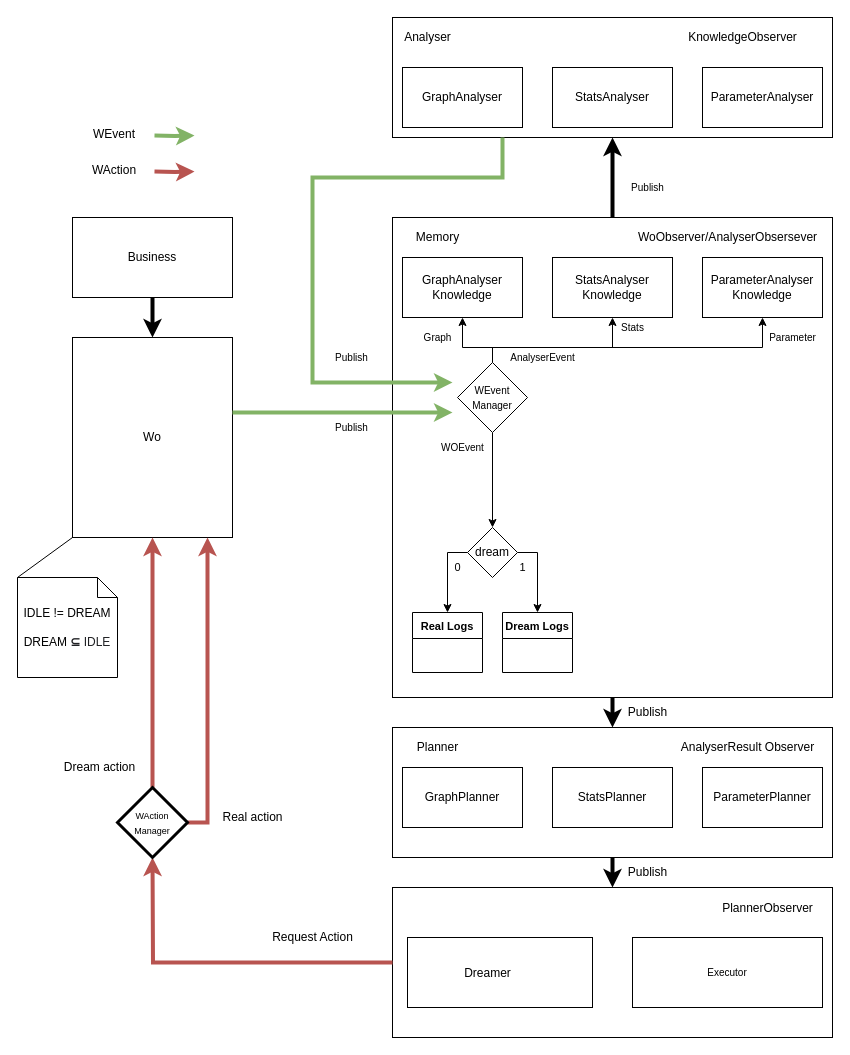
This is fig/drawio/meta_model.drawio from Sylv-Lej/thesis-separation-concerns, a draw.io file, before an edit. Source tidied: cells renumbered, new cells numbered last; positions are measured from the earlier drawing's top-left corner, leaving out a move shared by most shapes. Both pictures are drawn from the tidied source at 100%, with x=0, y=0 at pixel (17, 17).
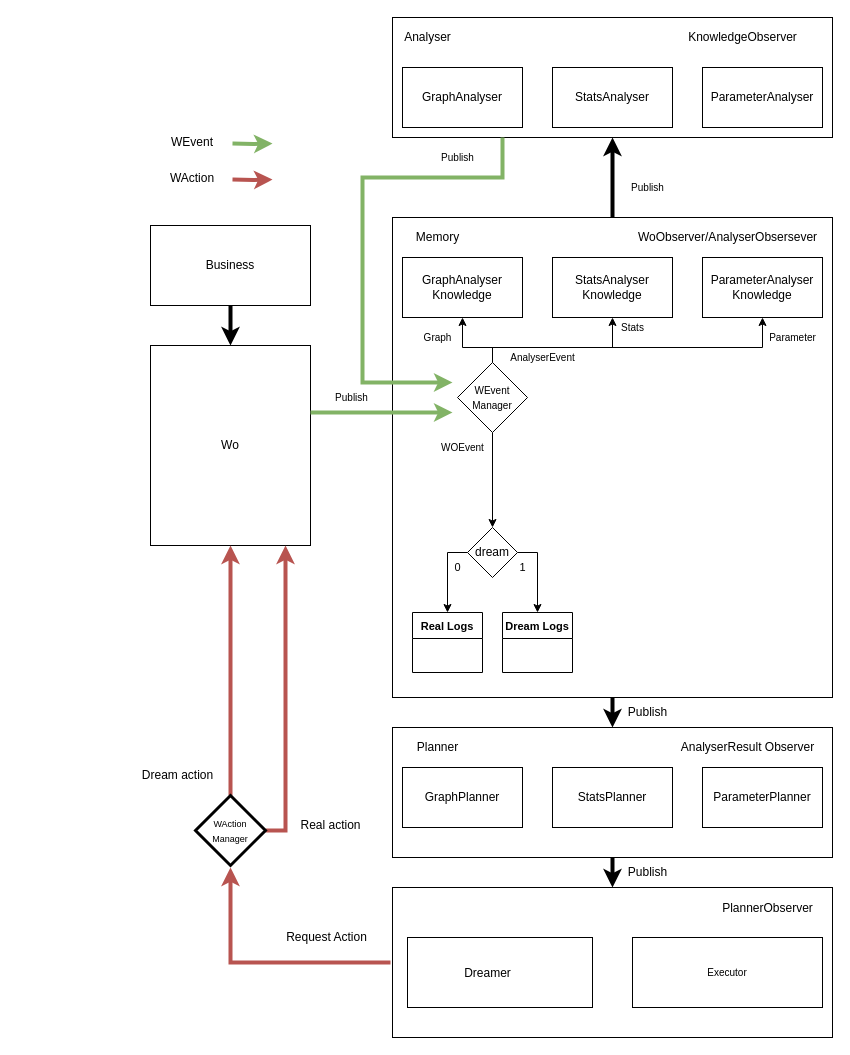
The same page after the edit.

Commit message:
fix meta model

Unchanged cells that the change refers to:
```xml
<mxCell id="2" style="rounded=0;whiteSpace=wrap;html=1;fontSize=10;" parent="1" vertex="1">
  <mxGeometry x="375" y="870" width="440" height="150" as="geometry" />
</mxCell>
<mxCell id="11" style="rounded=0;whiteSpace=wrap;html=1;" parent="1" vertex="1">
  <mxGeometry x="375" width="440" height="120" as="geometry" />
</mxCell>
```

The edit, as a diff of the source:
```diff
@@
     <mxCell id="3" value="Wo" style="rounded=0;whiteSpace=wrap;html=1;" parent="1" vertex="1">
-      <mxGeometry x="55" y="320" width="160" height="200" as="geometry" />
+      <mxGeometry x="133" y="328" width="160" height="200" as="geometry" />
     </mxCell>
-    <mxCell id="4" value="&lt;font style=&quot;font-size: 12px&quot;&gt;IDLE != DREAM&lt;br&gt;&lt;br&gt;DREAM&amp;nbsp;&lt;span style=&quot;color: rgb(32 , 33 , 36) ; font-family: &amp;#34;arial&amp;#34; , sans-serif ; text-align: left ; background-color: rgb(255 , 255 , 255)&quot;&gt;&lt;b&gt;⊆&lt;/b&gt; IDLE&lt;/span&gt;&lt;/font&gt;" style="shape=note;size=20;whiteSpace=wrap;html=1;" parent="1" vertex="1">
-      <mxGeometry y="560" width="100" height="100" as="geometry" />
-    </mxCell>
@@
     <mxCell id="6" value="Business" style="rounded=0;whiteSpace=wrap;html=1;" parent="1" vertex="1">
-      <mxGeometry x="55" y="200" width="160" height="80" as="geometry" />
+      <mxGeometry x="133" y="208" width="160" height="80" as="geometry" />
     </mxCell>
@@
     <mxCell id="20" style="edgeStyle=orthogonalEdgeStyle;rounded=0;orthogonalLoop=1;jettySize=auto;html=1;strokeWidth=4;fillColor=#d5e8d4;strokeColor=#82b366;" parent="1" edge="1">
       <mxGeometry relative="1" as="geometry">
-        <mxPoint x="137" y="118" as="sourcePoint" />
-        <mxPoint x="177" y="118" as="targetPoint" />
+        <mxPoint x="215" y="126" as="sourcePoint" />
+        <mxPoint x="255" y="126" as="targetPoint" />
       </mxGeometry>
     </mxCell>
     <mxCell id="21" value="WEvent" style="text;html=1;strokeColor=none;fillColor=none;align=center;verticalAlign=middle;whiteSpace=wrap;rounded=0;" parent="1" vertex="1">
-      <mxGeometry x="67" y="102" width="60" height="30" as="geometry" />
+      <mxGeometry x="145" y="110" width="60" height="30" as="geometry" />
     </mxCell>
-    <mxCell id="22" style="edgeStyle=orthogonalEdgeStyle;rounded=0;jettySize=auto;html=1;fillColor=#d5e8d4;strokeColor=#82b366;strokeWidth=4;exitX=1;exitY=0.375;exitDx=0;exitDy=0;exitPerimeter=0;" parent="1" edge="1" source="3">
+    <mxCell id="22" style="edgeStyle=orthogonalEdgeStyle;rounded=0;orthogonalLoop=1;jettySize=auto;html=1;fillColor=#d5e8d4;strokeColor=#82b366;strokeWidth=4;" parent="1" edge="1">
       <mxGeometry relative="1" as="geometry">
+        <mxPoint x="295" y="395" as="sourcePoint" />
         <mxPoint x="435" y="395" as="targetPoint" />
+        <Array as="points">
+          <mxPoint x="293" y="395" />
+        </Array>
       </mxGeometry>
     </mxCell>
@@
-    <mxCell id="30" style="endArrow=none;html=1;rounded=0;fontSize=11;strokeWidth=1;entryX=0;entryY=1;entryDx=0;entryDy=0;exitX=0;exitY=0;exitDx=0;exitDy=0;exitPerimeter=0;" parent="1" edge="1" source="4" target="3">
-      <mxGeometry relative="1" as="geometry" />
-    </mxCell>
@@
-    <mxCell id="41" style="edgeStyle=orthogonalEdgeStyle;rounded=0;jettySize=auto;html=1;fontSize=10;strokeColor=#b85450;strokeWidth=4;exitX=0;exitY=0.5;exitDx=0;exitDy=0;fillColor=#f8cecc;" parent="1" edge="1" source="2">
+    <mxCell id="41" style="edgeStyle=orthogonalEdgeStyle;rounded=0;orthogonalLoop=1;jettySize=auto;html=1;fontSize=10;strokeColor=#b85450;strokeWidth=4;exitX=0;exitY=0.5;exitDx=0;exitDy=0;fillColor=#f8cecc;" parent="1" edge="1">
       <mxGeometry relative="1" as="geometry">
-        <mxPoint x="135" y="840" as="targetPoint" />
+        <mxPoint x="373" y="945" as="sourcePoint" />
+        <mxPoint x="213" y="850" as="targetPoint" />
+        <Array as="points">
+          <mxPoint x="213" y="945" />
+        </Array>
       </mxGeometry>
     </mxCell>
@@
     <mxCell id="43" value="WAction" style="text;html=1;strokeColor=none;fillColor=none;align=center;verticalAlign=middle;whiteSpace=wrap;rounded=0;" parent="1" vertex="1">
-      <mxGeometry x="67" y="138" width="60" height="30" as="geometry" />
+      <mxGeometry x="145" y="146" width="60" height="30" as="geometry" />
     </mxCell>
     <mxCell id="44" style="edgeStyle=orthogonalEdgeStyle;rounded=0;orthogonalLoop=1;jettySize=auto;html=1;strokeWidth=4;fillColor=#f8cecc;strokeColor=#b85450;" parent="1" edge="1">
       <mxGeometry relative="1" as="geometry">
-        <mxPoint x="137" y="154" as="sourcePoint" />
-        <mxPoint x="177" y="154" as="targetPoint" />
+        <mxPoint x="215" y="162" as="sourcePoint" />
+        <mxPoint x="255" y="162" as="targetPoint" />
       </mxGeometry>
     </mxCell>
@@
     <mxCell id="46" value="Publish" style="text;html=1;align=center;verticalAlign=middle;strokeColor=none;fillColor=none;fontSize=10;" parent="1" vertex="1">
-      <mxGeometry x="309" y="400" width="50" height="20" as="geometry" />
+      <mxGeometry x="309" y="370" width="50" height="20" as="geometry" />
     </mxCell>
     <mxCell id="47" value="&lt;font style=&quot;font-size: 12px&quot;&gt;Request Action&lt;/font&gt;" style="text;html=1;align=center;verticalAlign=middle;strokeColor=none;fillColor=none;fontSize=10;" parent="1" vertex="1">
-      <mxGeometry x="245" y="910" width="100" height="20" as="geometry" />
+      <mxGeometry x="259" y="910" width="100" height="20" as="geometry" />
     </mxCell>
     <mxCell id="48" style="edgeStyle=orthogonalEdgeStyle;rounded=0;jettySize=auto;html=1;strokeWidth=4;fillColor=#d5e8d4;strokeColor=#82b366;exitX=0.25;exitY=1;exitDx=0;exitDy=0;" parent="1" edge="1" source="11">
       <mxGeometry relative="1" as="geometry">
         <mxPoint x="435" y="365" as="targetPoint" />
         <Array as="points">
           <mxPoint x="485" y="160" />
-          <mxPoint x="295" y="160" />
-          <mxPoint x="295" y="365" />
+          <mxPoint x="345" y="160" />
+          <mxPoint x="345" y="365" />
         </Array>
       </mxGeometry>
     </mxCell>
@@
     <mxCell id="57" value="Publish" style="text;html=1;align=center;verticalAlign=middle;strokeColor=none;fillColor=none;fontSize=10;" parent="1" vertex="1">
-      <mxGeometry x="309" y="330" width="50" height="20" as="geometry" />
+      <mxGeometry x="415" y="130" width="50" height="20" as="geometry" />
     </mxCell>
     <mxCell id="58" style="edgeStyle=orthogonalEdgeStyle;rounded=0;jettySize=auto;html=1;startArrow=none;startFill=0;endArrow=classic;endFill=1;strokeWidth=4;fillColor=#f8cecc;strokeColor=#b85450;" parent="1" edge="1" source="60">
       <mxGeometry relative="1" as="geometry">
-        <mxPoint x="135" y="520" as="targetPoint" />
+        <mxPoint x="213" y="528" as="targetPoint" />
       </mxGeometry>
     </mxCell>
     <mxCell id="59" style="edgeStyle=orthogonalEdgeStyle;rounded=0;jettySize=auto;html=1;exitX=1;exitY=0.5;exitDx=0;exitDy=0;startArrow=none;startFill=0;endArrow=classic;endFill=1;strokeWidth=4;fillColor=#f8cecc;strokeColor=#b85450;" parent="1" edge="1" source="60">
       <mxGeometry relative="1" as="geometry">
-        <mxPoint x="190" y="520" as="targetPoint" />
+        <mxPoint x="268" y="528" as="targetPoint" />
         <Array as="points">
-          <mxPoint x="190" y="805" />
+          <mxPoint x="268" y="813" />
         </Array>
       </mxGeometry>
     </mxCell>
     <mxCell id="60" value="&lt;font style=&quot;font-size: 9px&quot;&gt;WAction&lt;br&gt;Manager&lt;/font&gt;" style="rhombus;whiteSpace=wrap;html=1;fontSize=12;strokeWidth=3;" parent="1" vertex="1">
-      <mxGeometry x="100" y="770" width="70" height="70" as="geometry" />
+      <mxGeometry x="178" y="778" width="70" height="70" as="geometry" />
     </mxCell>
     <mxCell id="61" value="Dream action" style="text;html=1;align=center;verticalAlign=middle;strokeColor=none;" parent="1" vertex="1">
-      <mxGeometry x="37" y="740" width="90" height="20" as="geometry" />
+      <mxGeometry x="115" y="748" width="90" height="20" as="geometry" />
     </mxCell>
     <mxCell id="62" value="Real action" style="text;html=1;align=center;verticalAlign=middle;strokeColor=none;" parent="1" vertex="1">
-      <mxGeometry x="195" y="790" width="80" height="20" as="geometry" />
+      <mxGeometry x="273" y="798" width="80" height="20" as="geometry" />
     </mxCell>
```
